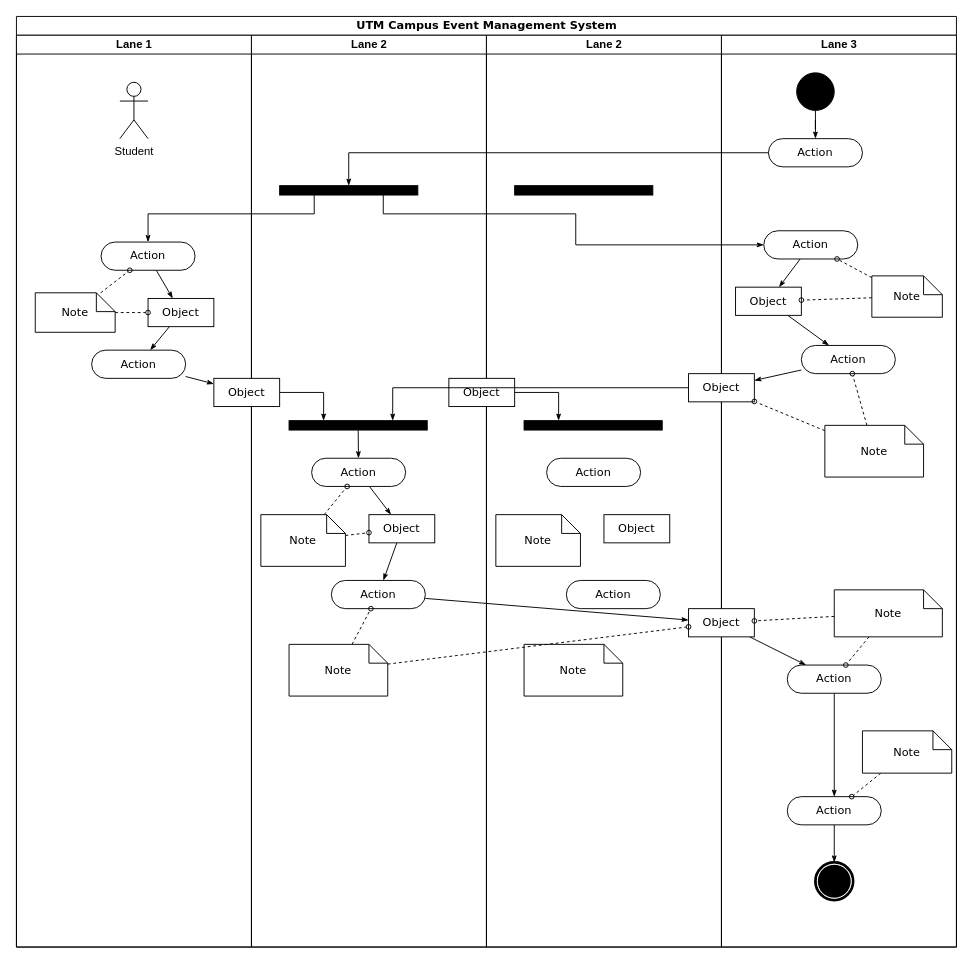
The draw.io diagram project/drawio/camilytang.drawio in drshahizan/software-engineering, before the edit. Source tidied: cells renumbered, new cells numbered last; positions are measured from the earlier drawing's top-left corner, leaving out a move shared by most shapes. Both pictures are drawn from the tidied source at 94%, with x=0, y=0 at pixel (16, 16).
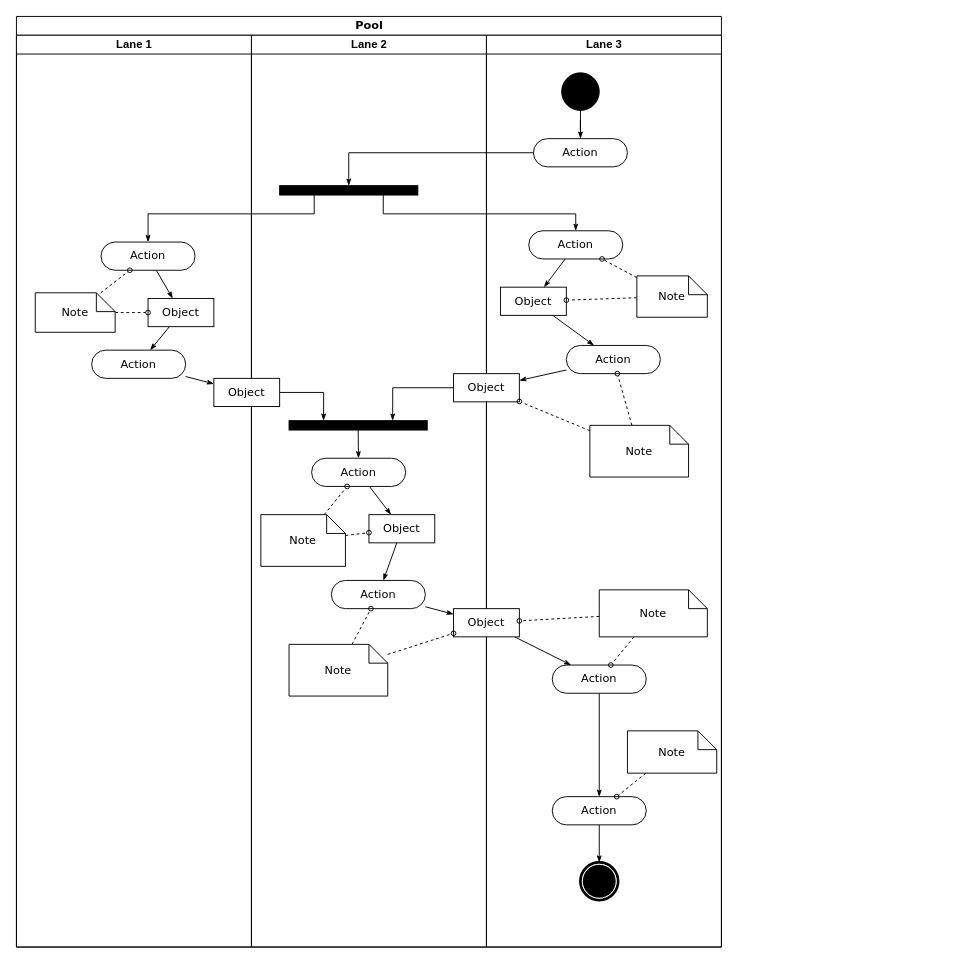
After the change.

The change refers to these unchanged cells:
```xml
<mxCell id="3" value="Lane 1" style="swimlane;html=1;startSize=20;" parent="2" vertex="1">
  <mxGeometry y="20" width="250" height="970" as="geometry" />
</mxCell>
```

What changed in the source:
```diff
@@
-    <mxCell id="2" value="UTM Campus Event Management System" style="swimlane;html=1;startSize=20;rounded=0;shadow=0;comic=0;labelBackgroundColor=none;strokeWidth=1;fontFamily=Verdana;fontSize=12;align=center;" parent="1" vertex="1">
-      <mxGeometry width="1000" height="990" as="geometry" />
+    <mxCell id="2" value="Pool" style="swimlane;html=1;startSize=20;rounded=0;shadow=0;comic=0;labelBackgroundColor=none;strokeWidth=1;fontFamily=Verdana;fontSize=12;align=center;" parent="1" vertex="1">
+      <mxGeometry width="750" height="990" as="geometry" />
     </mxCell>
@@
-    <mxCell id="12" value="Student&lt;br&gt;" style="shape=umlActor;verticalLabelPosition=bottom;verticalAlign=top;html=1;" parent="3" vertex="1">
-      <mxGeometry x="110" y="50" width="30" height="60" as="geometry" />
-    </mxCell>
@@
-    <mxCell id="29" value="Lane 2" style="swimlane;html=1;startSize=20;" parent="2" vertex="1">
-      <mxGeometry x="500" y="20" width="250" height="970" as="geometry" />
-    </mxCell>
-    <mxCell id="30" style="whiteSpace=wrap;html=1;rounded=0;shadow=0;comic=0;labelBackgroundColor=none;strokeWidth=1;fillColor=#000000;fontFamily=Verdana;fontSize=12;align=center;rotation=0;" parent="29" vertex="1">
-      <mxGeometry x="30" y="160" width="147" height="10" as="geometry" />
-    </mxCell>
-    <mxCell id="31" value="Action" style="rounded=1;whiteSpace=wrap;html=1;shadow=0;comic=0;labelBackgroundColor=none;strokeWidth=1;fontFamily=Verdana;fontSize=12;align=center;arcSize=50;" parent="29" vertex="1">
-      <mxGeometry x="64" y="450" width="100" height="30" as="geometry" />
-    </mxCell>
-    <mxCell id="32" style="whiteSpace=wrap;html=1;rounded=0;shadow=0;comic=0;labelBackgroundColor=none;strokeWidth=1;fillColor=#000000;fontFamily=Verdana;fontSize=12;align=center;rotation=0;" parent="29" vertex="1">
-      <mxGeometry x="40" y="410" width="147" height="10" as="geometry" />
-    </mxCell>
-    <mxCell id="33" style="edgeStyle=orthogonalEdgeStyle;rounded=0;html=1;entryX=0.25;entryY=0;labelBackgroundColor=none;startArrow=none;startFill=0;startSize=5;endArrow=classicThin;endFill=1;endSize=5;jettySize=auto;strokeWidth=1;fontFamily=Verdana;fontSize=12;" parent="29" edge="1" source="34" target="32">
-      <mxGeometry relative="1" as="geometry" />
-    </mxCell>
-    <mxCell id="34" value="Object" style="rounded=0;whiteSpace=wrap;html=1;shadow=0;comic=0;labelBackgroundColor=none;strokeWidth=1;fontFamily=Verdana;fontSize=12;align=center;arcSize=50;" parent="29" vertex="1">
-      <mxGeometry x="-40" y="365" width="70" height="30" as="geometry" />
-    </mxCell>
-    <mxCell id="35" value="Object" style="rounded=0;whiteSpace=wrap;html=1;shadow=0;comic=0;labelBackgroundColor=none;strokeWidth=1;fontFamily=Verdana;fontSize=12;align=center;arcSize=50;" parent="29" vertex="1">
-      <mxGeometry x="125" y="510" width="70" height="30" as="geometry" />
-    </mxCell>
-    <mxCell id="36" value="Action" style="rounded=1;whiteSpace=wrap;html=1;shadow=0;comic=0;labelBackgroundColor=none;strokeWidth=1;fontFamily=Verdana;fontSize=12;align=center;arcSize=50;" parent="29" vertex="1">
-      <mxGeometry x="85" y="580" width="100" height="30" as="geometry" />
-    </mxCell>
-    <mxCell id="37" value="Note" style="shape=note;whiteSpace=wrap;html=1;rounded=0;shadow=0;comic=0;labelBackgroundColor=none;strokeWidth=1;fontFamily=Verdana;fontSize=12;align=center;size=20;" parent="29" vertex="1">
-      <mxGeometry x="10" y="510" width="90" height="55" as="geometry" />
-    </mxCell>
-    <mxCell id="38" value="Note" style="shape=note;whiteSpace=wrap;html=1;rounded=0;shadow=0;comic=0;labelBackgroundColor=none;strokeWidth=1;fontFamily=Verdana;fontSize=12;align=center;size=20;" parent="29" vertex="1">
-      <mxGeometry x="40" y="648" width="105" height="55" as="geometry" />
-    </mxCell>
     <mxCell id="39" value="Lane 3" style="swimlane;html=1;startSize=20;" parent="2" vertex="1">
-      <mxGeometry x="750" y="20" width="250" height="970" as="geometry" />
+      <mxGeometry x="500" y="20" width="250" height="970" as="geometry" />
     </mxCell>
```
